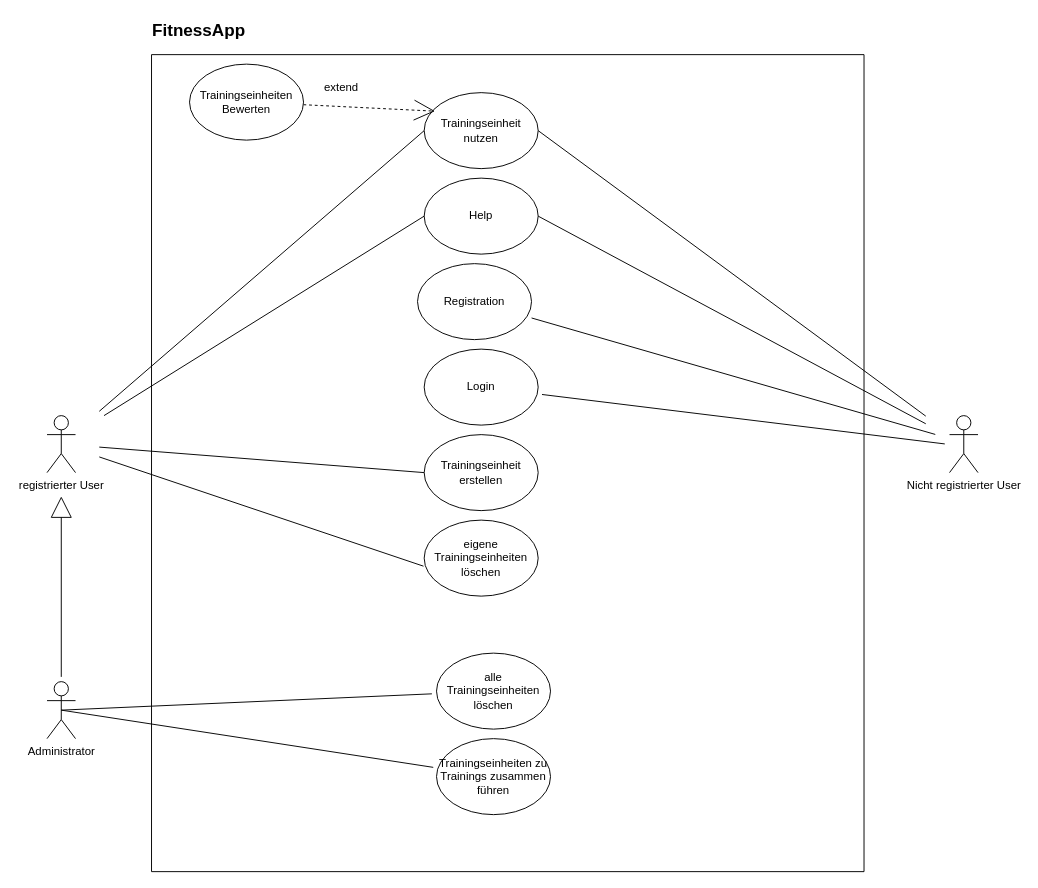
Earlier version of the draw.io diagram Unbenanntes Diagramm.drawio (andrinnn6789/FootballAdministrationsApp). Source tidied: cells renumbered, new cells numbered last; positions are measured from the earlier drawing's top-left corner, leaving out a move shared by most shapes. Both pictures are drawn from the tidied source at 95%, with x=0, y=0 at pixel (47, 16).
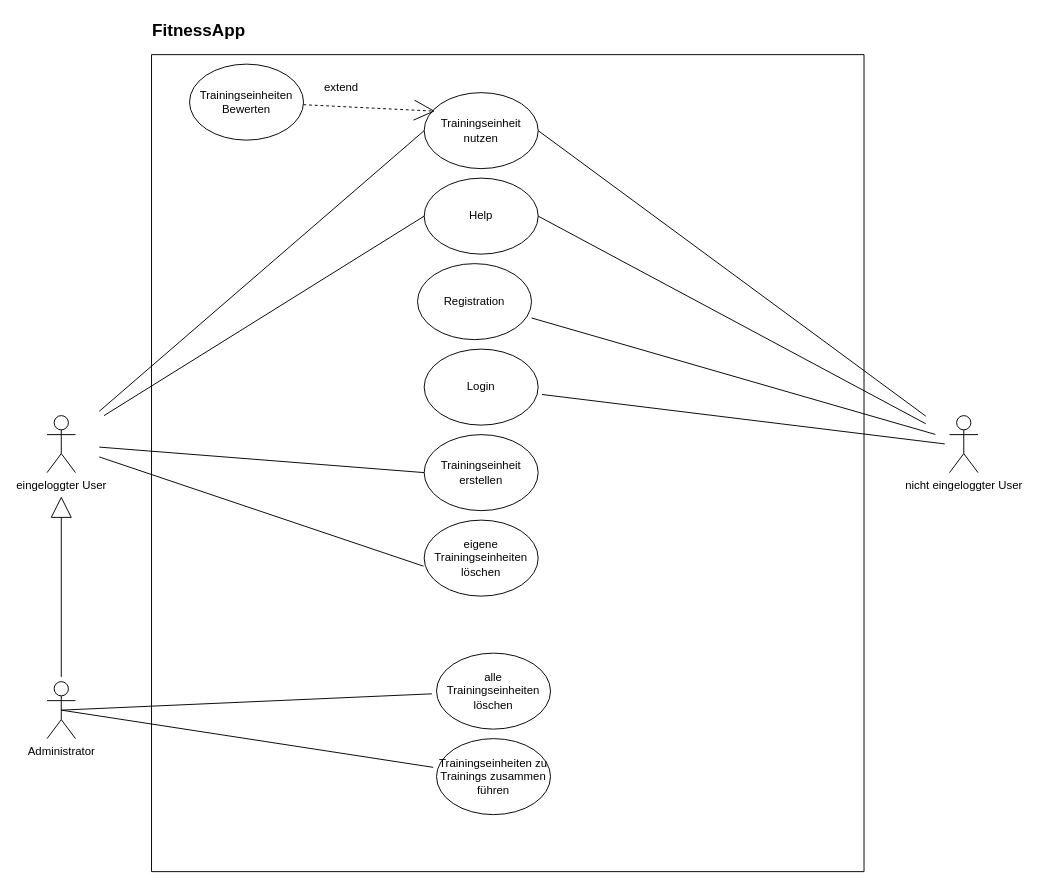
Above is the later version.

The edit, as a diff of the source:
```diff
@@
-    <mxCell id="19" value="Nicht registrierter User" style="shape=umlActor;verticalLabelPosition=bottom;verticalAlign=top;html=1;outlineConnect=0;" parent="1" vertex="1">
+    <mxCell id="19" value="nicht eingeloggter User" style="shape=umlActor;verticalLabelPosition=bottom;verticalAlign=top;html=1;outlineConnect=0;" parent="1" vertex="1">
       <mxGeometry x="950" y="420" width="30" height="60" as="geometry" />
     </mxCell>
@@
-    <mxCell id="24" value="registrierter User" style="shape=umlActor;verticalLabelPosition=bottom;verticalAlign=top;html=1;outlineConnect=0;" parent="1" vertex="1">
+    <mxCell id="24" value="eingeloggter User" style="shape=umlActor;verticalLabelPosition=bottom;verticalAlign=top;html=1;outlineConnect=0;" parent="1" vertex="1">
       <mxGeometry y="420" width="30" height="60" as="geometry" />
     </mxCell>
```
